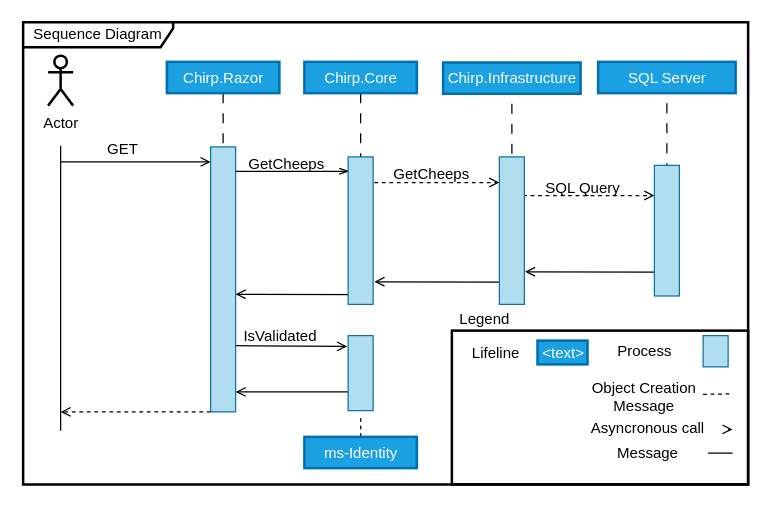
This is Docs/Images/SequenceDiagramUnauthorized.drawio from ITU-BDSA23-GROUP4/Chirp, a draw.io file, before an edit. Source tidied: cells renumbered, new cells numbered last; positions are measured from the earlier drawing's top-left corner, leaving out a move shared by most shapes. Both pictures are drawn from the tidied source at 125%, with x=0, y=0 at pixel (22, 21).
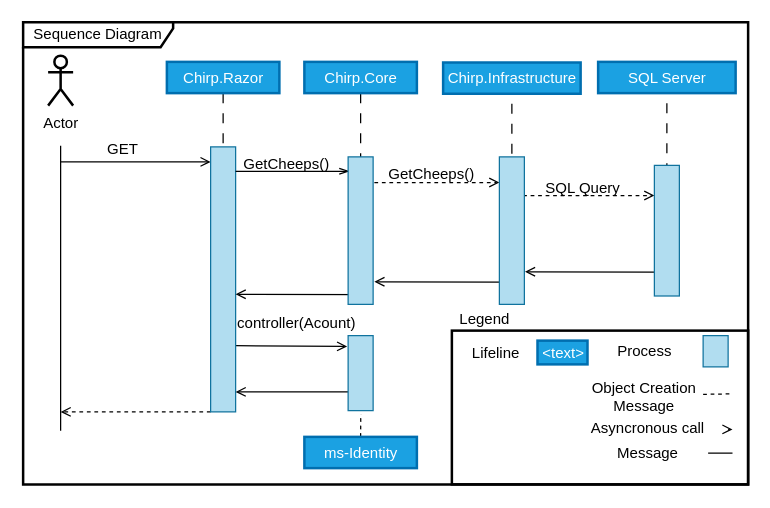
The same page after the edit.

What changed in the source:
```diff
@@
-    <mxCell id="19" value="GetCheeps" style="text;html=1;strokeColor=none;fillColor=none;align=center;verticalAlign=middle;whiteSpace=wrap;rounded=0;strokeWidth=1;fontColor=#000000;" parent="1" vertex="1">
+    <mxCell id="19" value="GetCheeps()" style="text;html=1;strokeColor=none;fillColor=none;align=center;verticalAlign=middle;whiteSpace=wrap;rounded=0;strokeWidth=1;fontColor=#000000;" parent="1" vertex="1">
       <mxGeometry x="297" y="112" width="60" height="20" as="geometry" />
     </mxCell>
@@
-    <mxCell id="24" value="GetCheeps" style="text;html=1;strokeColor=none;fillColor=none;align=center;verticalAlign=middle;whiteSpace=wrap;rounded=0;strokeWidth=1;fontColor=#000000;" parent="1" vertex="1">
+    <mxCell id="24" value="GetCheeps()" style="text;html=1;strokeColor=none;fillColor=none;align=center;verticalAlign=middle;whiteSpace=wrap;rounded=0;strokeWidth=1;fontColor=#000000;" parent="1" vertex="1">
       <mxGeometry x="181" y="104" width="60" height="20" as="geometry" />
     </mxCell>
@@
-    <mxCell id="30" value="IsValidated" style="text;html=1;strokeColor=none;fillColor=none;align=center;verticalAlign=middle;whiteSpace=wrap;rounded=0;strokeWidth=1;fontColor=#000000;" parent="1" vertex="1">
-      <mxGeometry x="171" y="242" width="70" height="20" as="geometry" />
+    <mxCell id="30" value="&lt;span&gt;&lt;span dir=&quot;ltr&quot; class=&quot;ui-provider buk bul bln bum bun buo bup buq bur bus but buu buv buw bux buy buz bva bvb bvc bvd bve bvf bvg bvh bvi bvj bvk bvl bvm bvn bvo bvp bvq bvr&quot;&gt;controller(Acount)&lt;/span&gt;&lt;/span&gt;" style="text;html=1;strokeColor=none;fillColor=none;align=center;verticalAlign=middle;whiteSpace=wrap;rounded=0;strokeWidth=1;fontColor=#000000;" parent="1" vertex="1">
+      <mxGeometry x="184" y="231" width="70" height="20" as="geometry" />
     </mxCell>
```
